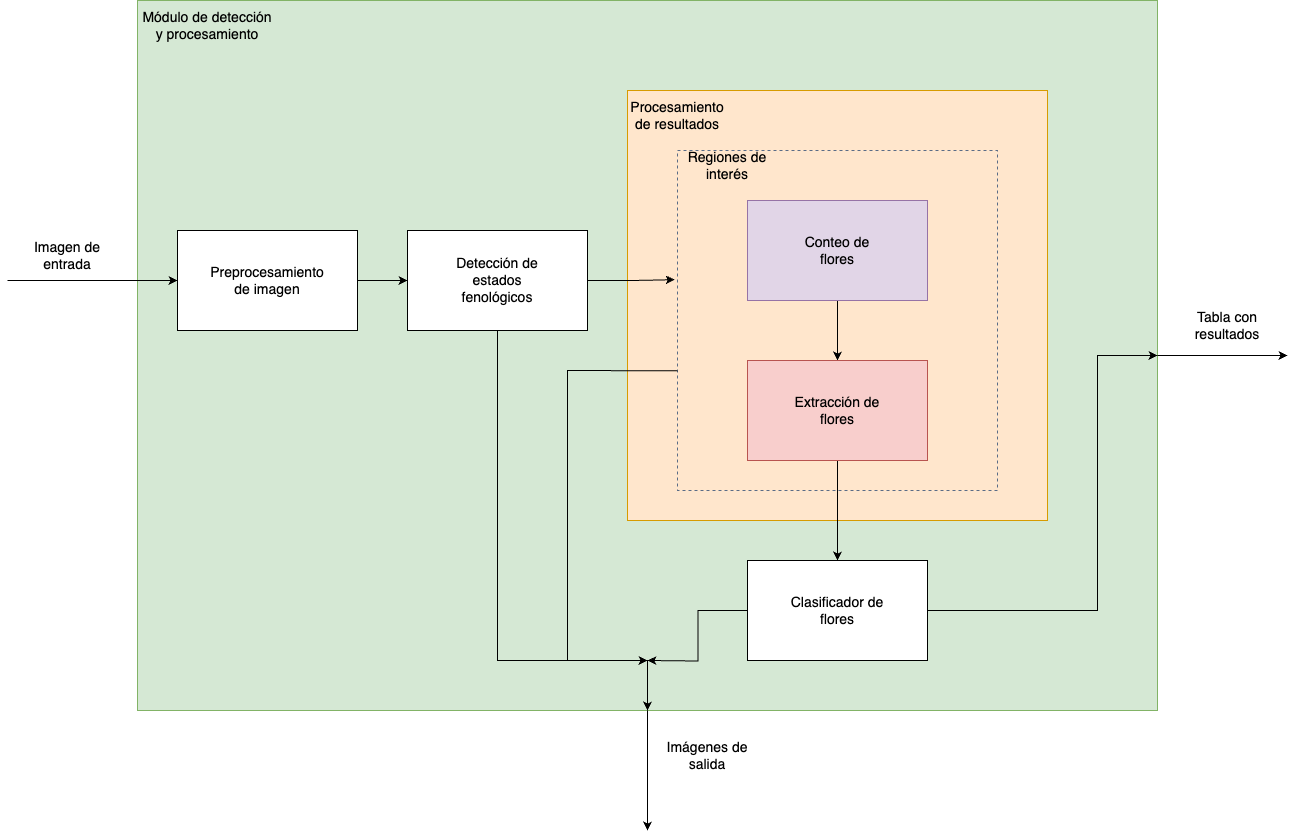
The draw.io diagram Figures/DetecciónFlor.drawio.png in Hector242/Plantilla-memoria, before a commit. Source tidied: cells renumbered, new cells last; positions are measured from the earlier drawing's top-left corner, leaving out a move shared by most shapes. Source of this version:
```xml
<mxGraphModel>
  <root>
    <mxCell id="0" />
    <mxCell id="1" parent="0" />
    <mxCell id="2" style="rounded=0;whiteSpace=wrap;html=1;fillColor=#d5e8d4;strokeColor=#82b366;" parent="1" vertex="1">
      <mxGeometry x="130" width="1020" height="710" as="geometry" />
    </mxCell>
    <mxCell id="3" style="rounded=0;whiteSpace=wrap;html=1;fillColor=#ffe6cc;strokeColor=#d79b00;" parent="1" vertex="1">
      <mxGeometry x="620" y="90" width="420" height="430" as="geometry" />
    </mxCell>
    <mxCell id="4" style="fillColor=none;strokeColor=#5A6C86;dashed=1;verticalAlign=top;fontStyle=0;fontColor=#5A6C86;whiteSpace=wrap;html=1;" parent="1" vertex="1">
      <mxGeometry x="670" y="150" width="320" height="340" as="geometry" />
    </mxCell>
    <mxCell id="5" style="edgeStyle=orthogonalEdgeStyle;rounded=0;jettySize=auto;html=1;entryX=0.5;entryY=1;entryDx=0;entryDy=0;" parent="1" edge="1" source="6" target="2">
      <mxGeometry relative="1" as="geometry">
        <Array as="points">
          <mxPoint x="490" y="660" />
          <mxPoint x="640" y="660" />
        </Array>
      </mxGeometry>
    </mxCell>
    <mxCell id="6" style="rounded=0;whiteSpace=wrap;html=1;" parent="1" vertex="1">
      <mxGeometry x="400" y="230" width="180" height="100" as="geometry" />
    </mxCell>
    <mxCell id="7" value="&lt;font style=&quot;font-size: 14px;&quot;&gt;Detección de estados fenológicos&lt;/font&gt;" style="text;html=1;align=center;verticalAlign=middle;whiteSpace=wrap;rounded=0;" parent="1" vertex="1">
      <mxGeometry x="440" y="265" width="100" height="30" as="geometry" />
    </mxCell>
    <mxCell id="8" style="edgeStyle=orthogonalEdgeStyle;rounded=0;jettySize=auto;html=1;entryX=0;entryY=0.5;entryDx=0;entryDy=0;" parent="1" edge="1" source="9" target="6">
      <mxGeometry relative="1" as="geometry" />
    </mxCell>
    <mxCell id="9" style="rounded=0;whiteSpace=wrap;html=1;" parent="1" vertex="1">
      <mxGeometry x="170" y="230" width="180" height="100" as="geometry" />
    </mxCell>
    <mxCell id="10" value="&lt;span style=&quot;font-size: 14px;&quot;&gt;Preprocesamiento de imagen&lt;/span&gt;" style="text;html=1;align=center;verticalAlign=middle;whiteSpace=wrap;rounded=0;" parent="1" vertex="1">
      <mxGeometry x="210" y="265" width="100" height="30" as="geometry" />
    </mxCell>
    <mxCell id="11" style="edgeStyle=orthogonalEdgeStyle;rounded=0;jettySize=auto;html=1;entryX=0.5;entryY=0;entryDx=0;entryDy=0;" parent="1" edge="1" source="12" target="17">
      <mxGeometry relative="1" as="geometry" />
    </mxCell>
    <mxCell id="12" style="rounded=0;whiteSpace=wrap;html=1;fillColor=#e1d5e7;strokeColor=#9673a6;" parent="1" vertex="1">
      <mxGeometry x="740" y="200" width="180" height="100" as="geometry" />
    </mxCell>
    <mxCell id="13" value="&lt;span style=&quot;font-size: 14px;&quot;&gt;Conteo de flores&lt;/span&gt;" style="text;html=1;align=center;verticalAlign=middle;whiteSpace=wrap;rounded=0;" parent="1" vertex="1">
      <mxGeometry x="780" y="235" width="100" height="30" as="geometry" />
    </mxCell>
    <mxCell id="14" value="&lt;span style=&quot;font-size: 14px;&quot;&gt;Procesamiento de resultados&lt;/span&gt;" style="text;html=1;align=center;verticalAlign=middle;whiteSpace=wrap;rounded=0;" parent="1" vertex="1">
      <mxGeometry x="620" y="100" width="100" height="30" as="geometry" />
    </mxCell>
    <mxCell id="15" value="&lt;span style=&quot;font-size: 14px;&quot;&gt;Regiones de interés&lt;/span&gt;" style="text;html=1;align=center;verticalAlign=middle;whiteSpace=wrap;rounded=0;" parent="1" vertex="1">
      <mxGeometry x="670" y="150" width="100" height="30" as="geometry" />
    </mxCell>
    <mxCell id="16" style="edgeStyle=orthogonalEdgeStyle;rounded=0;jettySize=auto;html=1;entryX=0.5;entryY=0;entryDx=0;entryDy=0;" parent="1" edge="1" source="17" target="21">
      <mxGeometry relative="1" as="geometry" />
    </mxCell>
    <mxCell id="17" style="rounded=0;whiteSpace=wrap;html=1;fillColor=#f8cecc;strokeColor=#b85450;" parent="1" vertex="1">
      <mxGeometry x="740" y="360" width="180" height="100" as="geometry" />
    </mxCell>
    <mxCell id="18" value="&lt;span style=&quot;font-size: 14px;&quot;&gt;Extracción de flores&lt;/span&gt;" style="text;html=1;align=center;verticalAlign=middle;whiteSpace=wrap;rounded=0;" parent="1" vertex="1">
      <mxGeometry x="780" y="395" width="100" height="30" as="geometry" />
    </mxCell>
    <mxCell id="19" style="edgeStyle=orthogonalEdgeStyle;rounded=0;jettySize=auto;html=1;entryX=1;entryY=0.5;entryDx=0;entryDy=0;" parent="1" edge="1" source="21" target="2">
      <mxGeometry relative="1" as="geometry">
        <Array as="points">
          <mxPoint x="1090" y="610" />
          <mxPoint x="1090" y="355" />
        </Array>
      </mxGeometry>
    </mxCell>
    <mxCell id="20" style="edgeStyle=orthogonalEdgeStyle;rounded=0;jettySize=auto;html=1;" parent="1" edge="1" source="21">
      <mxGeometry relative="1" as="geometry">
        <mxPoint x="640" y="660" as="targetPoint" />
      </mxGeometry>
    </mxCell>
    <mxCell id="21" style="rounded=0;whiteSpace=wrap;html=1;" parent="1" vertex="1">
      <mxGeometry x="740" y="560" width="180" height="100" as="geometry" />
    </mxCell>
    <mxCell id="22" value="&lt;span style=&quot;font-size: 14px;&quot;&gt;Clasificador de flores&lt;/span&gt;" style="text;html=1;align=center;verticalAlign=middle;whiteSpace=wrap;rounded=0;" parent="1" vertex="1">
      <mxGeometry x="780" y="595" width="100" height="30" as="geometry" />
    </mxCell>
    <mxCell id="23" style="endArrow=classic;html=1;rounded=0;entryX=0;entryY=0.5;entryDx=0;entryDy=0;" parent="1" edge="1" target="9">
      <mxGeometry relative="1" as="geometry">
        <mxPoint y="280" as="sourcePoint" />
      </mxGeometry>
    </mxCell>
    <mxCell id="24" value="&lt;span style=&quot;font-size: 14px;&quot;&gt;Imagen de entrada&lt;/span&gt;" style="text;html=1;align=center;verticalAlign=middle;whiteSpace=wrap;rounded=0;" parent="1" vertex="1">
      <mxGeometry x="10" y="240" width="100" height="30" as="geometry" />
    </mxCell>
    <mxCell id="25" style="edgeStyle=orthogonalEdgeStyle;rounded=0;jettySize=auto;html=1;entryX=-0.009;entryY=0.38;entryDx=0;entryDy=0;entryPerimeter=0;" parent="1" edge="1" source="6" target="4">
      <mxGeometry relative="1" as="geometry" />
    </mxCell>
    <mxCell id="26" style="endArrow=classic;html=1;rounded=0;exitX=0;exitY=0.648;exitDx=0;exitDy=0;exitPerimeter=0;" parent="1" edge="1" source="4">
      <mxGeometry relative="1" as="geometry">
        <mxPoint x="640" y="660" as="targetPoint" />
        <Array as="points">
          <mxPoint x="560" y="370" />
          <mxPoint x="560" y="510" />
          <mxPoint x="560" y="660" />
        </Array>
      </mxGeometry>
    </mxCell>
    <mxCell id="27" style="endArrow=classic;html=1;rounded=0;" parent="1" edge="1">
      <mxGeometry relative="1" as="geometry">
        <mxPoint x="640" y="710" as="sourcePoint" />
        <mxPoint x="640" y="830" as="targetPoint" />
      </mxGeometry>
    </mxCell>
    <mxCell id="28" value="&lt;span style=&quot;font-size: 14px;&quot;&gt;Imágenes de salida&lt;/span&gt;" style="text;html=1;align=center;verticalAlign=middle;whiteSpace=wrap;rounded=0;" parent="1" vertex="1">
      <mxGeometry x="650" y="740" width="100" height="30" as="geometry" />
    </mxCell>
    <mxCell id="29" style="endArrow=classic;html=1;rounded=0;exitX=1;exitY=0.5;exitDx=0;exitDy=0;" parent="1" edge="1" source="2">
      <mxGeometry relative="1" as="geometry">
        <mxPoint x="1280" y="355" as="targetPoint" />
      </mxGeometry>
    </mxCell>
    <mxCell id="30" value="&lt;span style=&quot;font-size: 14px;&quot;&gt;Tabla con resultados&lt;/span&gt;" style="text;html=1;align=center;verticalAlign=middle;whiteSpace=wrap;rounded=0;" parent="1" vertex="1">
      <mxGeometry x="1170" y="310" width="100" height="30" as="geometry" />
    </mxCell>
    <mxCell id="31" value="&lt;span style=&quot;font-size: 14px;&quot;&gt;Módulo de detección y procesamiento&lt;/span&gt;" style="text;html=1;align=center;verticalAlign=middle;whiteSpace=wrap;rounded=0;" parent="1" vertex="1">
      <mxGeometry x="130" y="10" width="140" height="30" as="geometry" />
    </mxCell>
  </root>
</mxGraphModel>
```
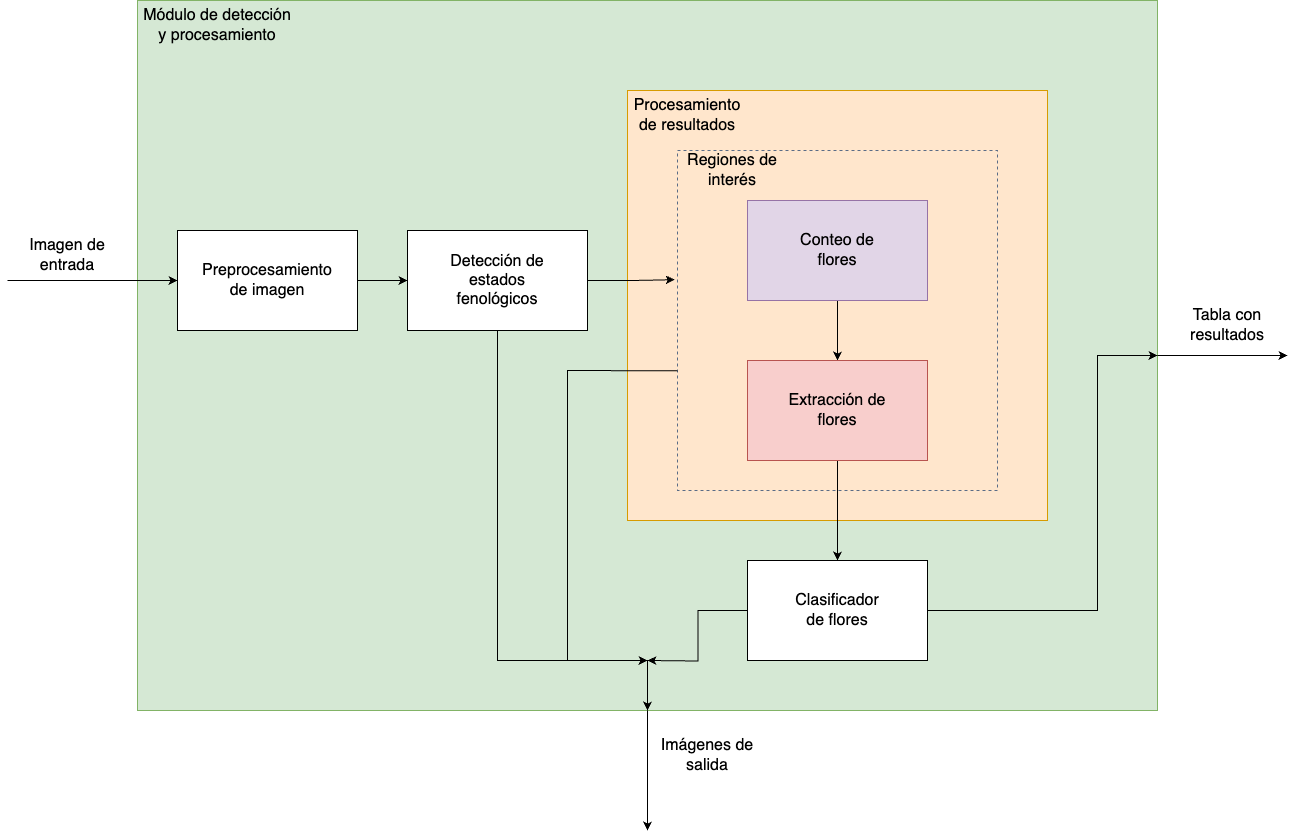
The same diagram one commit later.

What changed in the source:
```diff
@@ -22,7 +22,7 @@
     <mxCell id="6" style="rounded=0;whiteSpace=wrap;html=1;" parent="1" vertex="1">
       <mxGeometry x="400" y="230" width="180" height="100" as="geometry" />
     </mxCell>
-    <mxCell id="7" value="&lt;font style=&quot;font-size: 14px;&quot;&gt;Detección de estados fenológicos&lt;/font&gt;" style="text;html=1;align=center;verticalAlign=middle;whiteSpace=wrap;rounded=0;" parent="1" vertex="1">
+    <mxCell id="7" value="&lt;font style=&quot;font-size: 16px;&quot;&gt;Detección de estados fenológicos&lt;/font&gt;" style="text;html=1;align=center;verticalAlign=middle;whiteSpace=wrap;rounded=0;" parent="1" vertex="1">
       <mxGeometry x="440" y="265" width="100" height="30" as="geometry" />
     </mxCell>
     <mxCell id="8" style="edgeStyle=orthogonalEdgeStyle;rounded=0;jettySize=auto;html=1;entryX=0;entryY=0.5;entryDx=0;entryDy=0;" parent="1" edge="1" source="9" target="6">
@@ -31,7 +31,7 @@
     <mxCell id="9" style="rounded=0;whiteSpace=wrap;html=1;" parent="1" vertex="1">
       <mxGeometry x="170" y="230" width="180" height="100" as="geometry" />
     </mxCell>
-    <mxCell id="10" value="&lt;span style=&quot;font-size: 14px;&quot;&gt;Preprocesamiento de imagen&lt;/span&gt;" style="text;html=1;align=center;verticalAlign=middle;whiteSpace=wrap;rounded=0;" parent="1" vertex="1">
+    <mxCell id="10" value="&lt;font style=&quot;font-size: 16px;&quot;&gt;Preprocesamiento de imagen&lt;/font&gt;" style="text;html=1;align=center;verticalAlign=middle;whiteSpace=wrap;rounded=0;" parent="1" vertex="1">
       <mxGeometry x="210" y="265" width="100" height="30" as="geometry" />
     </mxCell>
     <mxCell id="11" style="edgeStyle=orthogonalEdgeStyle;rounded=0;jettySize=auto;html=1;entryX=0.5;entryY=0;entryDx=0;entryDy=0;" parent="1" edge="1" source="12" target="17">
@@ -40,14 +40,14 @@
     <mxCell id="12" style="rounded=0;whiteSpace=wrap;html=1;fillColor=#e1d5e7;strokeColor=#9673a6;" parent="1" vertex="1">
       <mxGeometry x="740" y="200" width="180" height="100" as="geometry" />
     </mxCell>
-    <mxCell id="13" value="&lt;span style=&quot;font-size: 14px;&quot;&gt;Conteo de flores&lt;/span&gt;" style="text;html=1;align=center;verticalAlign=middle;whiteSpace=wrap;rounded=0;" parent="1" vertex="1">
+    <mxCell id="13" value="&lt;font style=&quot;font-size: 16px;&quot;&gt;Conteo de flores&lt;/font&gt;" style="text;html=1;align=center;verticalAlign=middle;whiteSpace=wrap;rounded=0;" parent="1" vertex="1">
       <mxGeometry x="780" y="235" width="100" height="30" as="geometry" />
     </mxCell>
-    <mxCell id="14" value="&lt;span style=&quot;font-size: 14px;&quot;&gt;Procesamiento de resultados&lt;/span&gt;" style="text;html=1;align=center;verticalAlign=middle;whiteSpace=wrap;rounded=0;" parent="1" vertex="1">
-      <mxGeometry x="620" y="100" width="100" height="30" as="geometry" />
+    <mxCell id="14" value="&lt;font style=&quot;font-size: 16px;&quot;&gt;Procesamiento de resultados&lt;/font&gt;" style="text;html=1;align=center;verticalAlign=middle;whiteSpace=wrap;rounded=0;" parent="1" vertex="1">
+      <mxGeometry x="620" y="100" width="120" height="30" as="geometry" />
     </mxCell>
-    <mxCell id="15" value="&lt;span style=&quot;font-size: 14px;&quot;&gt;Regiones de interés&lt;/span&gt;" style="text;html=1;align=center;verticalAlign=middle;whiteSpace=wrap;rounded=0;" parent="1" vertex="1">
-      <mxGeometry x="670" y="150" width="100" height="30" as="geometry" />
+    <mxCell id="15" value="&lt;font style=&quot;font-size: 16px;&quot;&gt;Regiones de interés&lt;/font&gt;" style="text;html=1;align=center;verticalAlign=middle;whiteSpace=wrap;rounded=0;" parent="1" vertex="1">
+      <mxGeometry x="670" y="150" width="110" height="40" as="geometry" />
     </mxCell>
     <mxCell id="16" style="edgeStyle=orthogonalEdgeStyle;rounded=0;jettySize=auto;html=1;entryX=0.5;entryY=0;entryDx=0;entryDy=0;" parent="1" edge="1" source="17" target="21">
       <mxGeometry relative="1" as="geometry" />
@@ -55,7 +55,7 @@
     <mxCell id="17" style="rounded=0;whiteSpace=wrap;html=1;fillColor=#f8cecc;strokeColor=#b85450;" parent="1" vertex="1">
       <mxGeometry x="740" y="360" width="180" height="100" as="geometry" />
     </mxCell>
-    <mxCell id="18" value="&lt;span style=&quot;font-size: 14px;&quot;&gt;Extracción de flores&lt;/span&gt;" style="text;html=1;align=center;verticalAlign=middle;whiteSpace=wrap;rounded=0;" parent="1" vertex="1">
+    <mxCell id="18" value="&lt;font style=&quot;font-size: 16px;&quot;&gt;Extracción de flores&lt;/font&gt;" style="text;html=1;align=center;verticalAlign=middle;whiteSpace=wrap;rounded=0;" parent="1" vertex="1">
       <mxGeometry x="780" y="395" width="100" height="30" as="geometry" />
     </mxCell>
     <mxCell id="19" style="edgeStyle=orthogonalEdgeStyle;rounded=0;jettySize=auto;html=1;entryX=1;entryY=0.5;entryDx=0;entryDy=0;" parent="1" edge="1" source="21" target="2">
@@ -74,7 +74,7 @@
     <mxCell id="21" style="rounded=0;whiteSpace=wrap;html=1;" parent="1" vertex="1">
       <mxGeometry x="740" y="560" width="180" height="100" as="geometry" />
     </mxCell>
-    <mxCell id="22" value="&lt;span style=&quot;font-size: 14px;&quot;&gt;Clasificador de flores&lt;/span&gt;" style="text;html=1;align=center;verticalAlign=middle;whiteSpace=wrap;rounded=0;" parent="1" vertex="1">
+    <mxCell id="22" value="&lt;font style=&quot;font-size: 16px;&quot;&gt;Clasificador de flores&lt;/font&gt;" style="text;html=1;align=center;verticalAlign=middle;whiteSpace=wrap;rounded=0;" parent="1" vertex="1">
       <mxGeometry x="780" y="595" width="100" height="30" as="geometry" />
     </mxCell>
     <mxCell id="23" style="endArrow=classic;html=1;rounded=0;entryX=0;entryY=0.5;entryDx=0;entryDy=0;" parent="1" edge="1" target="9">
@@ -82,7 +82,7 @@
         <mxPoint y="280" as="sourcePoint" />
       </mxGeometry>
     </mxCell>
-    <mxCell id="24" value="&lt;span style=&quot;font-size: 14px;&quot;&gt;Imagen de entrada&lt;/span&gt;" style="text;html=1;align=center;verticalAlign=middle;whiteSpace=wrap;rounded=0;" parent="1" vertex="1">
+    <mxCell id="24" value="&lt;font style=&quot;font-size: 16px;&quot;&gt;Imagen de entrada&lt;/font&gt;" style="text;html=1;align=center;verticalAlign=middle;whiteSpace=wrap;rounded=0;" parent="1" vertex="1">
       <mxGeometry x="10" y="240" width="100" height="30" as="geometry" />
     </mxCell>
     <mxCell id="25" style="edgeStyle=orthogonalEdgeStyle;rounded=0;jettySize=auto;html=1;entryX=-0.009;entryY=0.38;entryDx=0;entryDy=0;entryPerimeter=0;" parent="1" edge="1" source="6" target="4">
@@ -104,7 +104,7 @@
         <mxPoint x="640" y="830" as="targetPoint" />
       </mxGeometry>
     </mxCell>
-    <mxCell id="28" value="&lt;span style=&quot;font-size: 14px;&quot;&gt;Imágenes de salida&lt;/span&gt;" style="text;html=1;align=center;verticalAlign=middle;whiteSpace=wrap;rounded=0;" parent="1" vertex="1">
+    <mxCell id="28" value="&lt;font style=&quot;font-size: 16px;&quot;&gt;Imágenes de salida&lt;/font&gt;" style="text;html=1;align=center;verticalAlign=middle;whiteSpace=wrap;rounded=0;" parent="1" vertex="1">
       <mxGeometry x="650" y="740" width="100" height="30" as="geometry" />
     </mxCell>
     <mxCell id="29" style="endArrow=classic;html=1;rounded=0;exitX=1;exitY=0.5;exitDx=0;exitDy=0;" parent="1" edge="1" source="2">
@@ -112,11 +112,11 @@
         <mxPoint x="1280" y="355" as="targetPoint" />
       </mxGeometry>
     </mxCell>
-    <mxCell id="30" value="&lt;span style=&quot;font-size: 14px;&quot;&gt;Tabla con resultados&lt;/span&gt;" style="text;html=1;align=center;verticalAlign=middle;whiteSpace=wrap;rounded=0;" parent="1" vertex="1">
+    <mxCell id="30" value="&lt;font style=&quot;font-size: 16px;&quot;&gt;Tabla con resultados&lt;/font&gt;" style="text;html=1;align=center;verticalAlign=middle;whiteSpace=wrap;rounded=0;" parent="1" vertex="1">
       <mxGeometry x="1170" y="310" width="100" height="30" as="geometry" />
     </mxCell>
-    <mxCell id="31" value="&lt;span style=&quot;font-size: 14px;&quot;&gt;Módulo de detección y procesamiento&lt;/span&gt;" style="text;html=1;align=center;verticalAlign=middle;whiteSpace=wrap;rounded=0;" parent="1" vertex="1">
-      <mxGeometry x="130" y="10" width="140" height="30" as="geometry" />
+    <mxCell id="31" value="&lt;font style=&quot;font-size: 16px;&quot;&gt;Módulo de detección y procesamiento&lt;/font&gt;" style="text;html=1;align=center;verticalAlign=middle;whiteSpace=wrap;rounded=0;" parent="1" vertex="1">
+      <mxGeometry x="130" y="10" width="160" height="30" as="geometry" />
     </mxCell>
   </root>
 </mxGraphModel>
```
